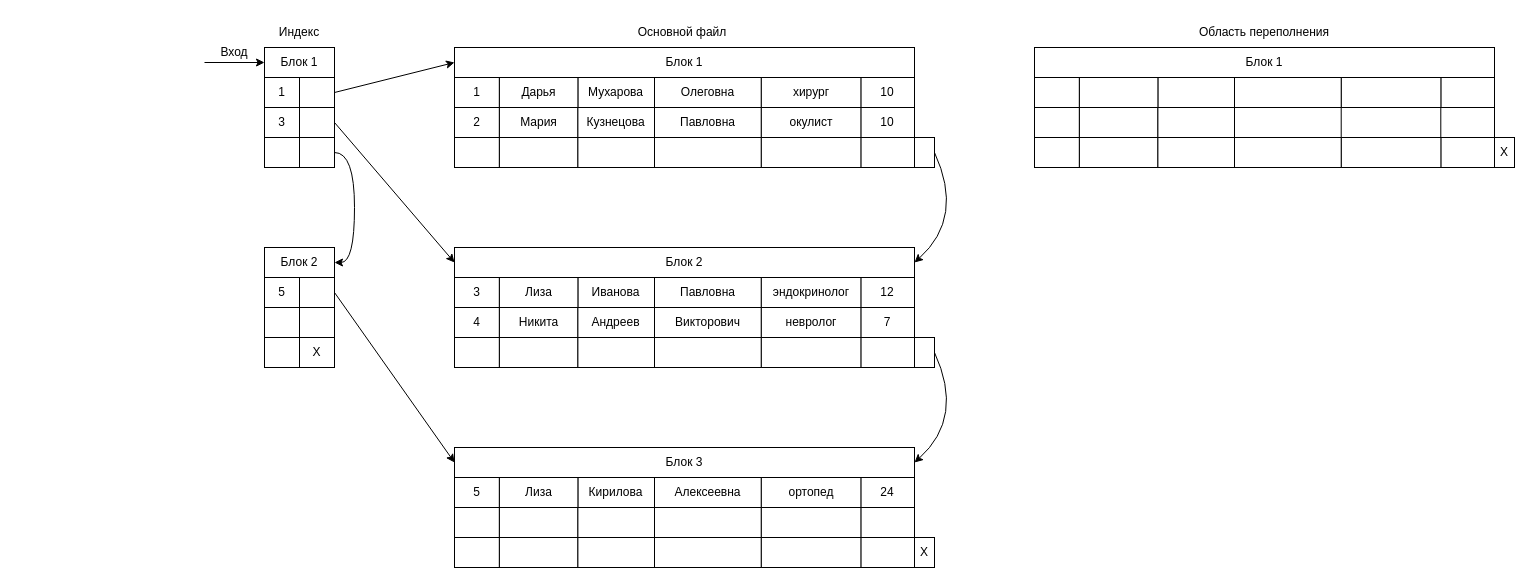
The draw.io diagram Untitled Diagram.drawio in polina-shimolina/lab1---sem2, before the edit. Source tidied: cells renumbered, new cells numbered last; positions are measured from the earlier drawing's top-left corner, leaving out a move shared by most shapes. Both pictures are drawn from the tidied source at 100%, with x=0, y=0 at pixel (204, 17).
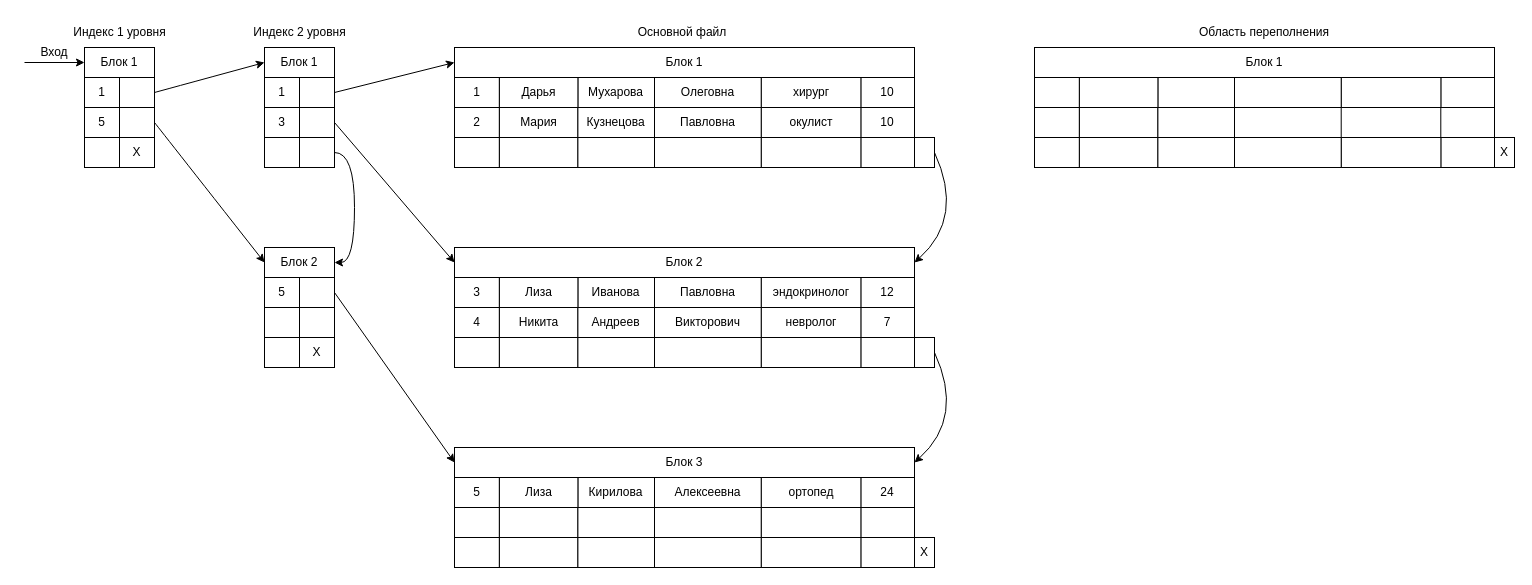
After the change.

Unchanged cells that the change refers to:
```xml
<mxCell id="3" value="Блок 1" style="rounded=0;whiteSpace=wrap;html=1;" parent="2" vertex="1">
  <mxGeometry width="70" height="30" as="geometry" />
</mxCell>
<mxCell id="11" value="Блок 2" style="rounded=0;whiteSpace=wrap;html=1;" parent="10" vertex="1">
  <mxGeometry width="70" height="30" as="geometry" />
</mxCell>
```

The edit, as a diff of the source:
```diff
@@
-    <mxCell id="90" style="endArrow=classic;html=1;rounded=0;entryX=0;entryY=0.5;entryDx=0;entryDy=0;" parent="1" edge="1" target="3">
-      <mxGeometry relative="1" as="geometry">
-        <mxPoint y="45" as="sourcePoint" />
-      </mxGeometry>
-    </mxCell>
@@
-    <mxCell id="97" value="Вход" style="text;html=1;strokeColor=none;fillColor=none;align=center;verticalAlign=middle;whiteSpace=wrap;rounded=0;" parent="1" vertex="1">
-      <mxGeometry y="20" width="60" height="30" as="geometry" />
-    </mxCell>
-    <mxCell id="98" value="Индекс" style="text;html=1;strokeColor=none;fillColor=none;align=center;verticalAlign=middle;whiteSpace=wrap;rounded=0;" parent="1" vertex="1">
-      <mxGeometry x="65" width="60" height="30" as="geometry" />
+    <mxCell id="98" value="Индекс 2 уровня" style="text;html=1;strokeColor=none;fillColor=none;align=center;verticalAlign=middle;whiteSpace=wrap;rounded=0;" parent="1" vertex="1">
+      <mxGeometry x="42.5" width="105" height="30" as="geometry" />
     </mxCell>
@@
+    <mxCell id="123" style="group;" parent="1" vertex="1">
+      <mxGeometry x="-120" y="30" width="70" height="120" as="geometry" />
+    </mxCell>
+    <mxCell id="124" value="Блок 1" style="rounded=0;whiteSpace=wrap;html=1;" parent="123" vertex="1">
+      <mxGeometry width="70" height="30" as="geometry" />
+    </mxCell>
+    <mxCell id="125" value="1" style="rounded=0;whiteSpace=wrap;html=1;" parent="123" vertex="1">
+      <mxGeometry y="30" width="35" height="30" as="geometry" />
+    </mxCell>
+    <mxCell id="126" style="rounded=0;whiteSpace=wrap;html=1;" parent="123" vertex="1">
+      <mxGeometry x="35" y="30" width="35" height="30" as="geometry" />
+    </mxCell>
+    <mxCell id="127" value="5" style="rounded=0;whiteSpace=wrap;html=1;" parent="123" vertex="1">
+      <mxGeometry y="60" width="35" height="30" as="geometry" />
+    </mxCell>
+    <mxCell id="128" style="rounded=0;whiteSpace=wrap;html=1;" parent="123" vertex="1">
+      <mxGeometry x="35" y="60" width="35" height="30" as="geometry" />
+    </mxCell>
+    <mxCell id="129" style="rounded=0;whiteSpace=wrap;html=1;" parent="123" vertex="1">
+      <mxGeometry y="90" width="35" height="30" as="geometry" />
+    </mxCell>
+    <mxCell id="130" value="X" style="rounded=0;whiteSpace=wrap;html=1;" parent="123" vertex="1">
+      <mxGeometry x="35" y="90" width="35" height="30" as="geometry" />
+    </mxCell>
+    <mxCell id="131" style="endArrow=classic;html=1;rounded=0;entryX=0;entryY=0.5;entryDx=0;entryDy=0;" parent="1" edge="1" target="124">
+      <mxGeometry relative="1" as="geometry">
+        <mxPoint x="-180" y="45" as="sourcePoint" />
+      </mxGeometry>
+    </mxCell>
+    <mxCell id="97" value="Вход" style="text;html=1;strokeColor=none;fillColor=none;align=center;verticalAlign=middle;whiteSpace=wrap;rounded=0;" parent="1" vertex="1">
+      <mxGeometry x="-180" y="20" width="60" height="30" as="geometry" />
+    </mxCell>
+    <mxCell id="132" value="Индекс 1 уровня" style="text;html=1;strokeColor=none;fillColor=none;align=center;verticalAlign=middle;whiteSpace=wrap;rounded=0;" parent="1" vertex="1">
+      <mxGeometry x="-137.5" width="105" height="30" as="geometry" />
+    </mxCell>
+    <mxCell id="133" style="endArrow=classic;html=1;rounded=0;curved=1;exitX=1;exitY=0.5;exitDx=0;exitDy=0;entryX=0;entryY=0.5;entryDx=0;entryDy=0;" parent="1" edge="1" source="126" target="3">
+      <mxGeometry relative="1" as="geometry" />
+    </mxCell>
+    <mxCell id="134" style="endArrow=classic;html=1;rounded=0;curved=1;exitX=1;exitY=0.5;exitDx=0;exitDy=0;entryX=0;entryY=0.5;entryDx=0;entryDy=0;" parent="1" edge="1" source="128" target="11">
+      <mxGeometry relative="1" as="geometry" />
+    </mxCell>
```
